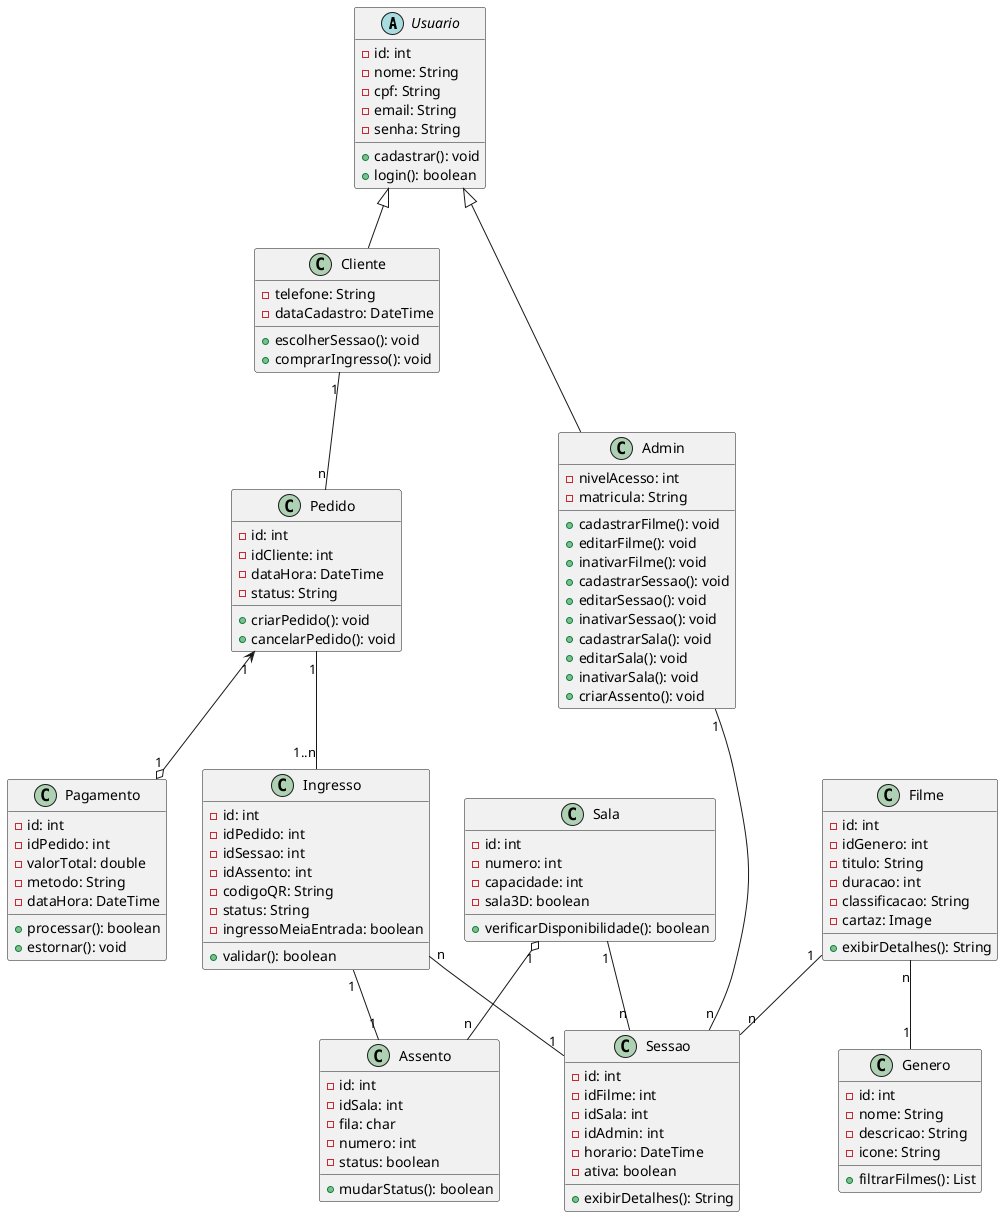
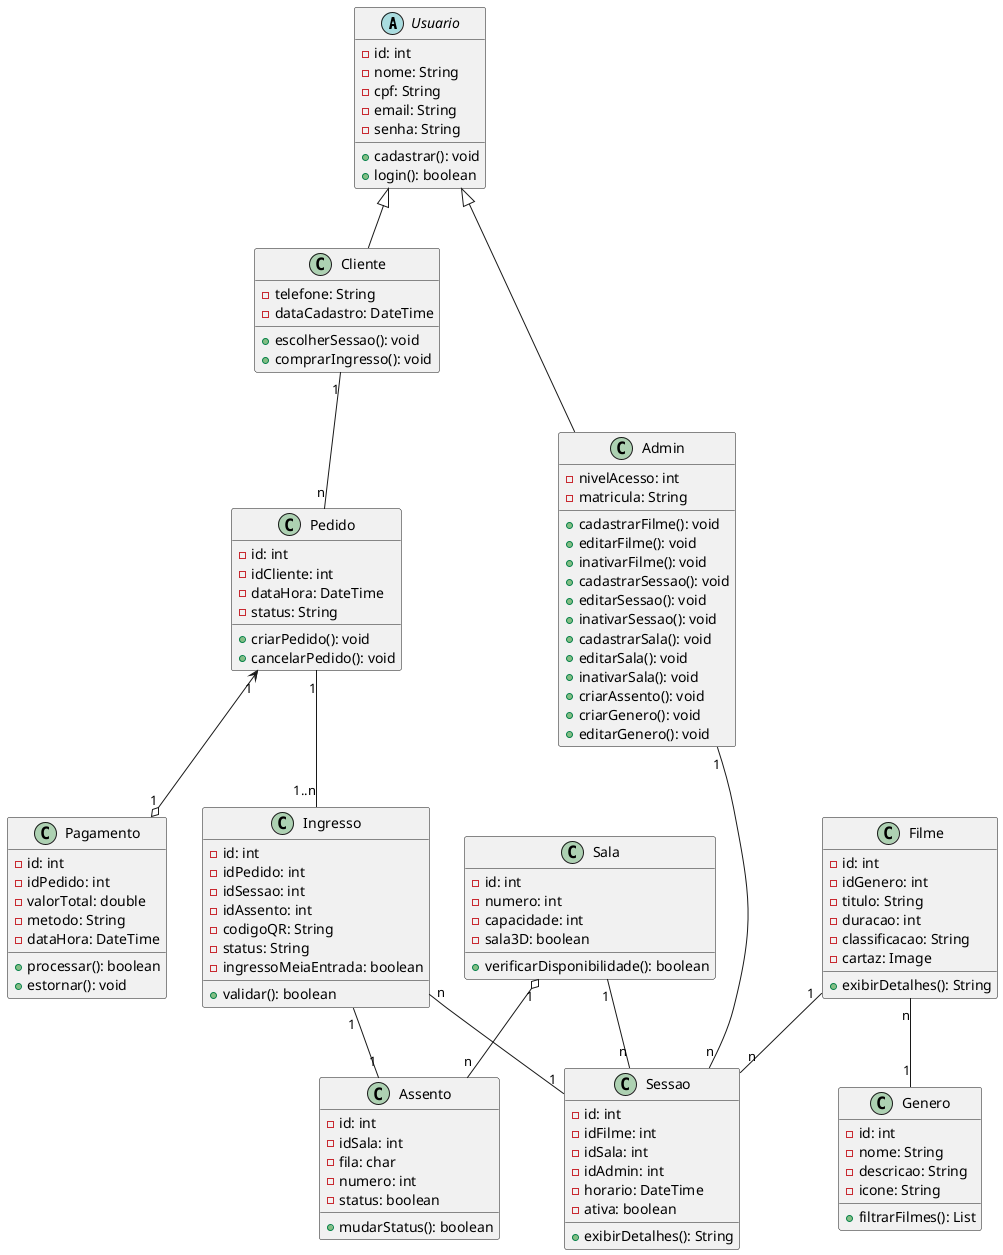
@startuml

' Classes principais
abstract Usuario {
    - id: int
    - nome: String
    - cpf: String
    - email: String
    - senha: String
    + cadastrar(): void
    + login(): boolean
}

class Cliente {
    - telefone: String
    - dataCadastro: DateTime
    + escolherSessao(): void
    + comprarIngresso(): void
}

class Admin {
    - nivelAcesso: int
    - matricula: String
    + cadastrarFilme(): void
    + editarFilme(): void
    + inativarFilme(): void
    + cadastrarSessao(): void
    + editarSessao(): void
    + inativarSessao(): void
    + cadastrarSala(): void
    + editarSala(): void
    + inativarSala(): void
    + criarAssento(): void
+     + criarGenero(): void
+     + editarGenero(): void
}

class Pedido {
    - id: int
    - idCliente: int
    - dataHora: DateTime
    - status: String
    + criarPedido(): void
    + cancelarPedido(): void
}

class Pagamento {
    - id: int
    - idPedido: int
    - valorTotal: double
    - metodo: String
    - dataHora: DateTime
    + processar(): boolean
    + estornar(): void
}

class Ingresso {
    - id: int
    - idPedido: int
    - idSessao: int
    - idAssento: int
    - codigoQR: String
    - status: String
    - ingressoMeiaEntrada: boolean
    + validar(): boolean
}

class Assento {
    - id: int
    - idSala: int
    - fila: char
    - numero: int
    - status: boolean
    + mudarStatus(): boolean
}

class Sessao {
    - id: int
    - idFilme: int
    - idSala: int
    - idAdmin: int
    - horario: DateTime
    - ativa: boolean
    + exibirDetalhes(): String
}

class Filme {
    - id: int
    - idGenero: int
    - titulo: String
    - duracao: int
    - classificacao: String
    - cartaz: Image
    + exibirDetalhes(): String
}

class Sala {
    - id: int
    - numero: int
    - capacidade: int
    - sala3D: boolean
    + verificarDisponibilidade(): boolean
}

class Genero {
    - id: int
    - nome: String
    - descricao: String
    - icone: String
    + filtrarFilmes(): List
}

' Herança
Usuario <|-- Cliente
Usuario <|-- Admin

' Relacionamentos
Cliente "1" -- "n" Pedido
Pedido "1" -- "1..n" Ingresso
Pedido "1" <--o "1" Pagamento

Ingresso "n" -- "1" Sessao
Ingresso "1" -- "1" Assento

Sala "1" o-- "n" Assento

Admin "1" -- "n" Sessao

Filme "1" -- "n" Sessao
Sala "1" -- "n" Sessao
Filme "n" -- "1" Genero

@enduml